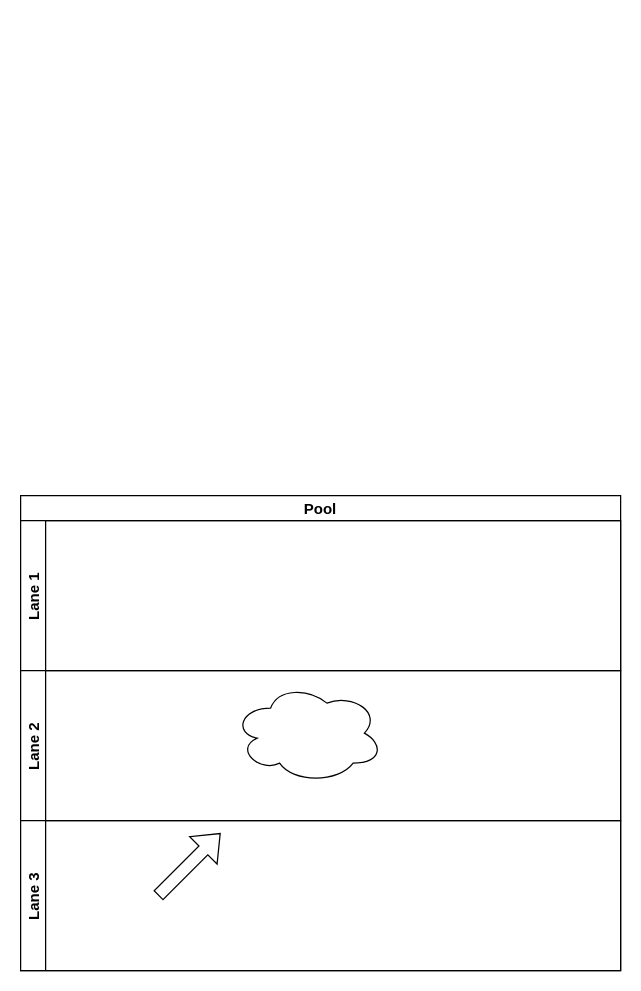
Earlier version of the draw.io diagram 제목 없는 다이어그램.drawio (in7jhub/dalbusim_web). Source tidied: cells renumbered, new cells numbered last; positions are measured from the earlier drawing's top-left corner, leaving out a move shared by most shapes. Both pictures are drawn from the tidied source at 125%, with x=0, y=0 at pixel (20, 495).
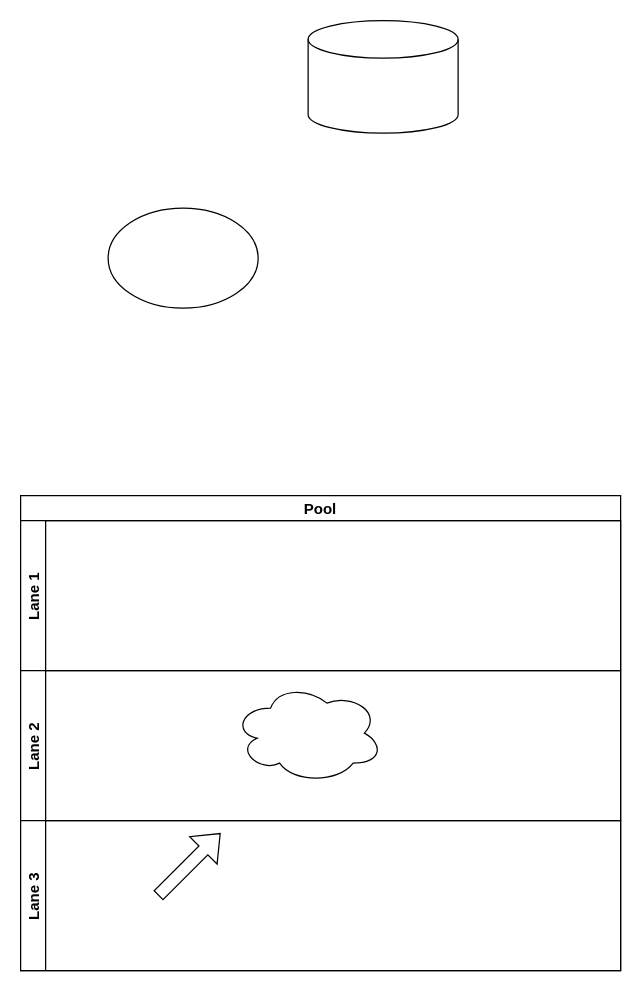
The same diagram, later.

Commit message:
Update 제목 없는 다이어그램.drawio

Diff of the diagram source:
```diff
@@
 <mxGraphModel>
   <root>
     <mxCell id="0" />
     <mxCell id="1" parent="0" />
     <mxCell id="2" style="shape=flexArrow;endArrow=classic;html=1;rounded=0;" parent="1" edge="1">
       <mxGeometry relative="1" as="geometry">
         <mxPoint x="110" y="320" as="sourcePoint" />
         <mxPoint x="160" y="270" as="targetPoint" />
       </mxGeometry>
     </mxCell>
     <mxCell id="3" style="ellipse;shape=cloud;whiteSpace=wrap;html=1;" parent="1" vertex="1">
       <mxGeometry x="170" y="150" width="120" height="80" as="geometry" />
     </mxCell>
     <mxCell id="4" value="Pool" style="swimlane;horizontal=1;startSize=20;" parent="1" vertex="1">
       <mxGeometry width="480" height="380" as="geometry" />
     </mxCell>
     <mxCell id="5" value="Lane 1" style="swimlane;startSize=20;horizontal=0;" parent="4" vertex="1">
       <mxGeometry y="20" width="480" height="120" as="geometry" />
     </mxCell>
     <mxCell id="6" value="Lane 2" style="swimlane;startSize=20;horizontal=0;" parent="4" vertex="1">
       <mxGeometry y="140" width="480" height="120" as="geometry" />
     </mxCell>
     <mxCell id="7" value="Lane 3" style="swimlane;startSize=20;horizontal=0;" parent="4" vertex="1">
       <mxGeometry y="260" width="480" height="120" as="geometry" />
     </mxCell>
+    <mxCell id="8" style="ellipse;whiteSpace=wrap;html=1;" parent="1" vertex="1">
+      <mxGeometry x="70" y="-230" width="120" height="80" as="geometry" />
+    </mxCell>
+    <mxCell id="9" style="shape=cylinder3;whiteSpace=wrap;html=1;boundedLbl=1;backgroundOutline=1;size=15;" parent="1" vertex="1">
+      <mxGeometry x="230" y="-380" width="120" height="90" as="geometry" />
+    </mxCell>
   </root>
 </mxGraphModel>
```
